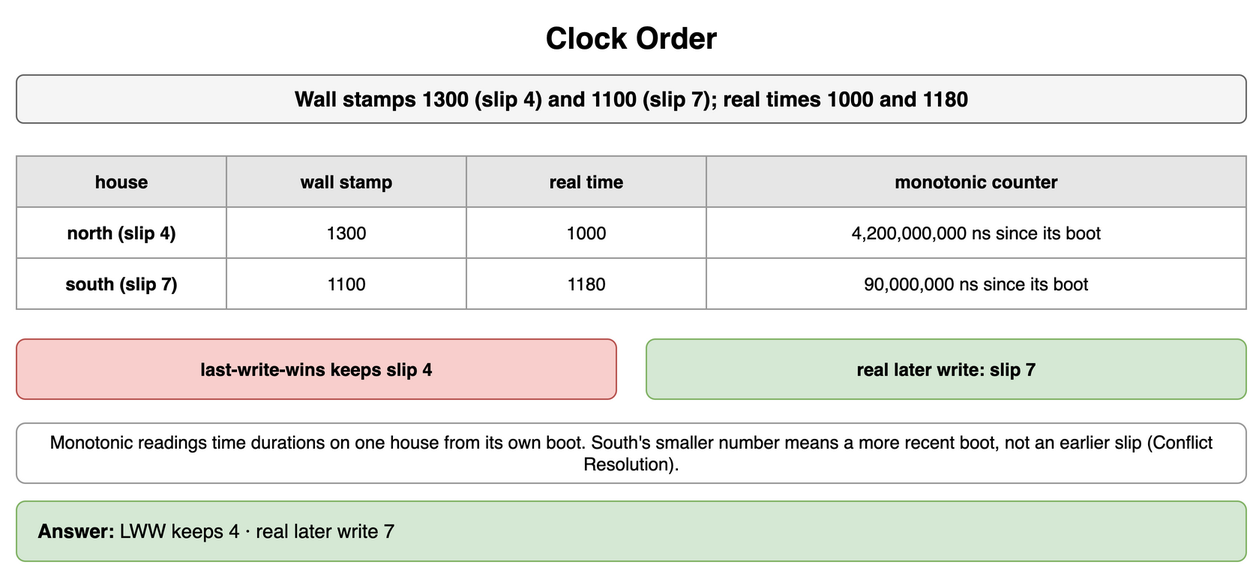
Above: content/09_System_Design_Interview/15_Distributed_System_Failure_Modes/diagrams/failure-modes-drills-5-clock-order.png in amendez13/swe-study-guide (draw.io), before the change. Source tidied: cells renumbered, new cells last; positions are measured from the earlier drawing's top-left corner, leaving out a move shared by most shapes.
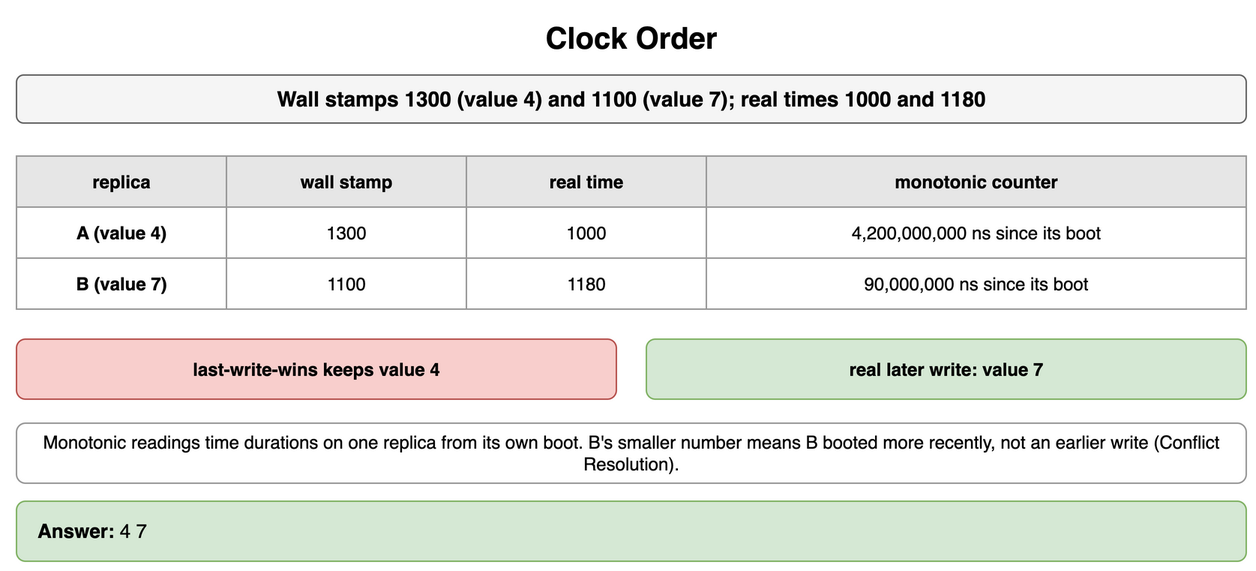
Later version of the same file.

Change to the diagram source:
```diff
@@ -5,10 +5,10 @@
     <mxCell id="2" value="Clock Order" style="text;html=1;align=center;verticalAlign=middle;whiteSpace=wrap;fontSize=20;fontStyle=1;" parent="1" vertex="1">
       <mxGeometry width="820" height="30" as="geometry" />
     </mxCell>
-    <mxCell id="3" value="Wall stamps 1300 (slip 4) and 1100 (slip 7); real times 1000 and 1180" style="rounded=1;whiteSpace=wrap;html=1;fillColor=#f5f5f5;strokeColor=#666666;fontStyle=1;fontSize=14;" parent="1" vertex="1">
+    <mxCell id="3" value="Wall stamps 1300 (value 4) and 1100 (value 7); real times 1000 and 1180" style="rounded=1;whiteSpace=wrap;html=1;fillColor=#f5f5f5;strokeColor=#666666;fontStyle=1;fontSize=14;" parent="1" vertex="1">
       <mxGeometry y="40" width="820" height="32" as="geometry" />
     </mxCell>
-    <mxCell id="4" value="house" style="whiteSpace=wrap;html=1;fillColor=#e6e6e6;strokeColor=#999999;fontStyle=1;fontSize=12;" parent="1" vertex="1">
+    <mxCell id="4" value="replica" style="whiteSpace=wrap;html=1;fillColor=#e6e6e6;strokeColor=#999999;fontStyle=1;fontSize=12;" parent="1" vertex="1">
       <mxGeometry y="94" width="140" height="34" as="geometry" />
     </mxCell>
     <mxCell id="5" value="wall stamp" style="whiteSpace=wrap;html=1;fillColor=#e6e6e6;strokeColor=#999999;fontStyle=1;fontSize=12;" parent="1" vertex="1">
@@ -20,7 +20,7 @@
     <mxCell id="7" value="monotonic counter" style="whiteSpace=wrap;html=1;fillColor=#e6e6e6;strokeColor=#999999;fontStyle=1;fontSize=12;" parent="1" vertex="1">
       <mxGeometry x="460" y="94" width="360" height="34" as="geometry" />
     </mxCell>
-    <mxCell id="8" value="north (slip 4)" style="whiteSpace=wrap;html=1;strokeColor=#999999;fontSize=12;fillColor=#ffffff;fontStyle=1;" parent="1" vertex="1">
+    <mxCell id="8" value="A (value 4)" style="whiteSpace=wrap;html=1;strokeColor=#999999;fontSize=12;fillColor=#ffffff;fontStyle=1;" parent="1" vertex="1">
       <mxGeometry y="128" width="140" height="34" as="geometry" />
     </mxCell>
     <mxCell id="9" value="1300" style="whiteSpace=wrap;html=1;strokeColor=#999999;fontSize=12;fillColor=#ffffff;" parent="1" vertex="1">
@@ -32,7 +32,7 @@
     <mxCell id="11" value="4,200,000,000 ns since its boot" style="whiteSpace=wrap;html=1;strokeColor=#999999;fontSize=12;fillColor=#ffffff;" parent="1" vertex="1">
       <mxGeometry x="460" y="128" width="360" height="34" as="geometry" />
     </mxCell>
-    <mxCell id="12" value="south (slip 7)" style="whiteSpace=wrap;html=1;strokeColor=#999999;fontSize=12;fillColor=#ffffff;fontStyle=1;" parent="1" vertex="1">
+    <mxCell id="12" value="B (value 7)" style="whiteSpace=wrap;html=1;strokeColor=#999999;fontSize=12;fillColor=#ffffff;fontStyle=1;" parent="1" vertex="1">
       <mxGeometry y="162" width="140" height="34" as="geometry" />
     </mxCell>
     <mxCell id="13" value="1100" style="whiteSpace=wrap;html=1;strokeColor=#999999;fontSize=12;fillColor=#ffffff;" parent="1" vertex="1">
@@ -44,16 +44,16 @@
     <mxCell id="15" value="90,000,000 ns since its boot" style="whiteSpace=wrap;html=1;strokeColor=#999999;fontSize=12;fillColor=#ffffff;" parent="1" vertex="1">
       <mxGeometry x="460" y="162" width="360" height="34" as="geometry" />
     </mxCell>
-    <mxCell id="16" value="last-write-wins keeps slip 4" style="rounded=1;whiteSpace=wrap;html=1;fillColor=#f8cecc;strokeColor=#b85450;fontSize=12;align=center;fontStyle=1;" parent="1" vertex="1">
+    <mxCell id="16" value="last-write-wins keeps value 4" style="rounded=1;whiteSpace=wrap;html=1;fillColor=#f8cecc;strokeColor=#b85450;fontSize=12;align=center;fontStyle=1;" parent="1" vertex="1">
       <mxGeometry y="216" width="400" height="40" as="geometry" />
     </mxCell>
-    <mxCell id="17" value="real later write: slip 7" style="rounded=1;whiteSpace=wrap;html=1;fillColor=#d5e8d4;strokeColor=#82b366;fontSize=12;align=center;fontStyle=1;" parent="1" vertex="1">
+    <mxCell id="17" value="real later write: value 7" style="rounded=1;whiteSpace=wrap;html=1;fillColor=#d5e8d4;strokeColor=#82b366;fontSize=12;align=center;fontStyle=1;" parent="1" vertex="1">
       <mxGeometry x="420" y="216" width="400" height="40" as="geometry" />
     </mxCell>
-    <mxCell id="18" value="Monotonic readings time durations on one house from its own boot. South's smaller number means a more recent boot, not an earlier slip (Conflict Resolution)." style="rounded=1;whiteSpace=wrap;html=1;fillColor=#ffffff;strokeColor=#999999;fontSize=12;align=center;" parent="1" vertex="1">
+    <mxCell id="18" value="Monotonic readings time durations on one replica from its own boot. B's smaller number means B booted more recently, not an earlier write (Conflict Resolution)." style="rounded=1;whiteSpace=wrap;html=1;fillColor=#ffffff;strokeColor=#999999;fontSize=12;align=center;" parent="1" vertex="1">
       <mxGeometry y="272" width="820" height="40" as="geometry" />
     </mxCell>
-    <mxCell id="19" value="&lt;b&gt;Answer:&lt;/b&gt; LWW keeps 4 · real later write 7" style="rounded=1;whiteSpace=wrap;html=1;fillColor=#d5e8d4;strokeColor=#82b366;fontSize=13;align=left;spacingLeft=12;" parent="1" vertex="1">
+    <mxCell id="19" value="&lt;b&gt;Answer:&lt;/b&gt; 4 7" style="rounded=1;whiteSpace=wrap;html=1;fillColor=#d5e8d4;strokeColor=#82b366;fontSize=13;align=left;spacingLeft=12;" parent="1" vertex="1">
       <mxGeometry y="324" width="820" height="40" as="geometry" />
     </mxCell>
   </root>
```
